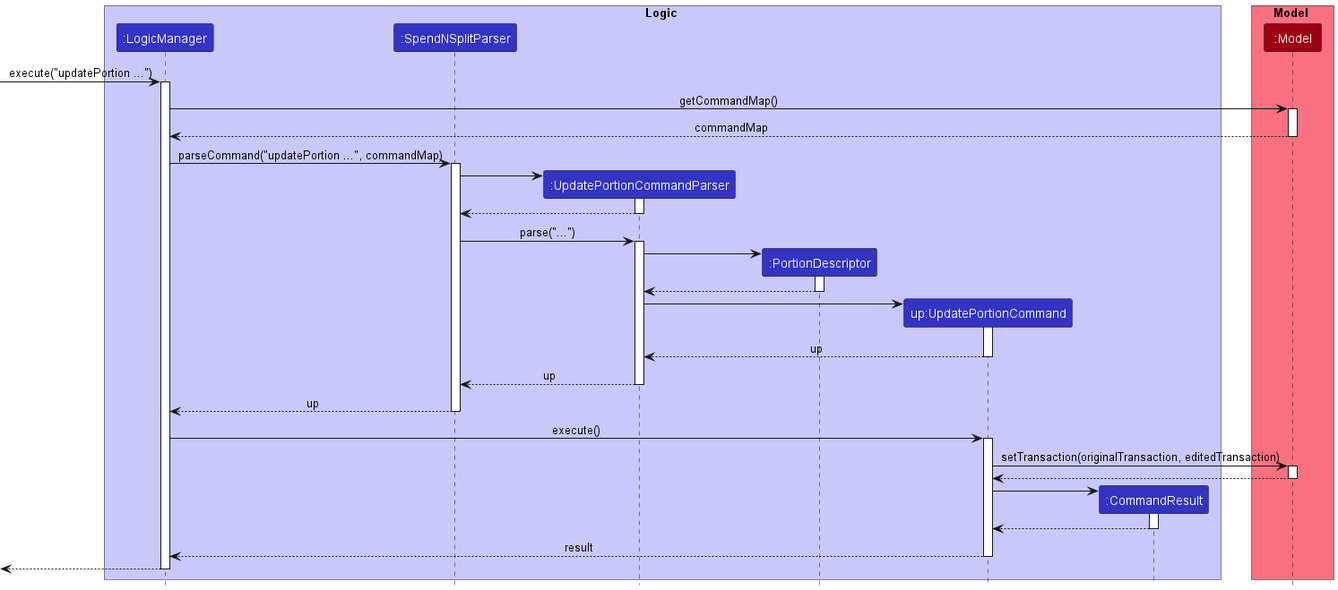
Earlier version of the PlantUML export docs/images/UpdatePortionSequenceDiagram.png (wui-hong/tp).
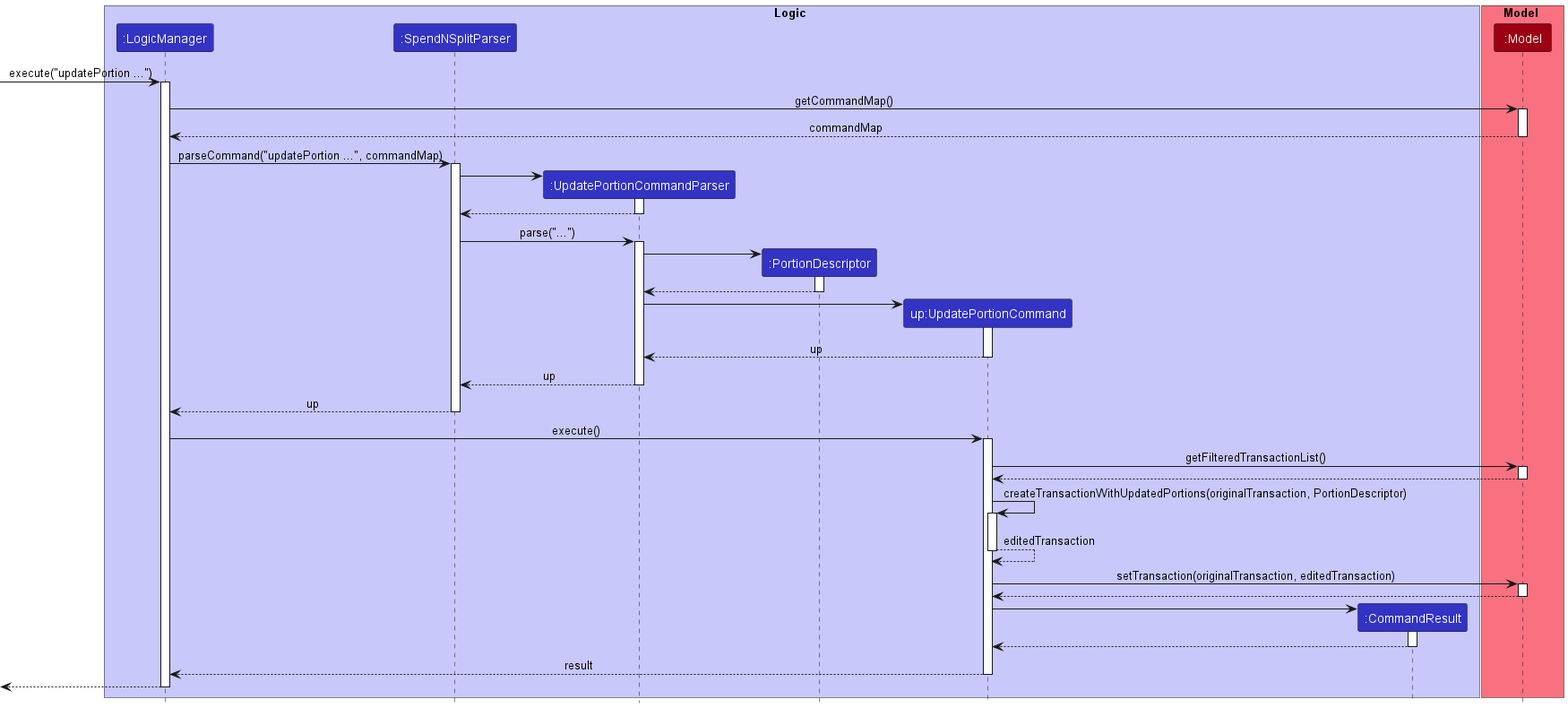
After the change.

Change to the diagram source:
```diff
@@ -59,6 +59,18 @@
 LogicManager -> UpdatePortionCommand : execute()
 activate UpdatePortionCommand
 
+UpdatePortionCommand -> Model : getFilteredTransactionList()
+activate Model
+
+Model --> UpdatePortionCommand
+deactivate Model
+
+UpdatePortionCommand -> UpdatePortionCommand : createTransactionWithUpdatedPortions(originalTransaction, PortionDescriptor)
+activate UpdatePortionCommand
+
+UpdatePortionCommand --> UpdatePortionCommand : editedTransaction
+deactivate UpdatePortionCommand
+
 UpdatePortionCommand -> Model : setTransaction(originalTransaction, editedTransaction)
 activate Model
 
```
